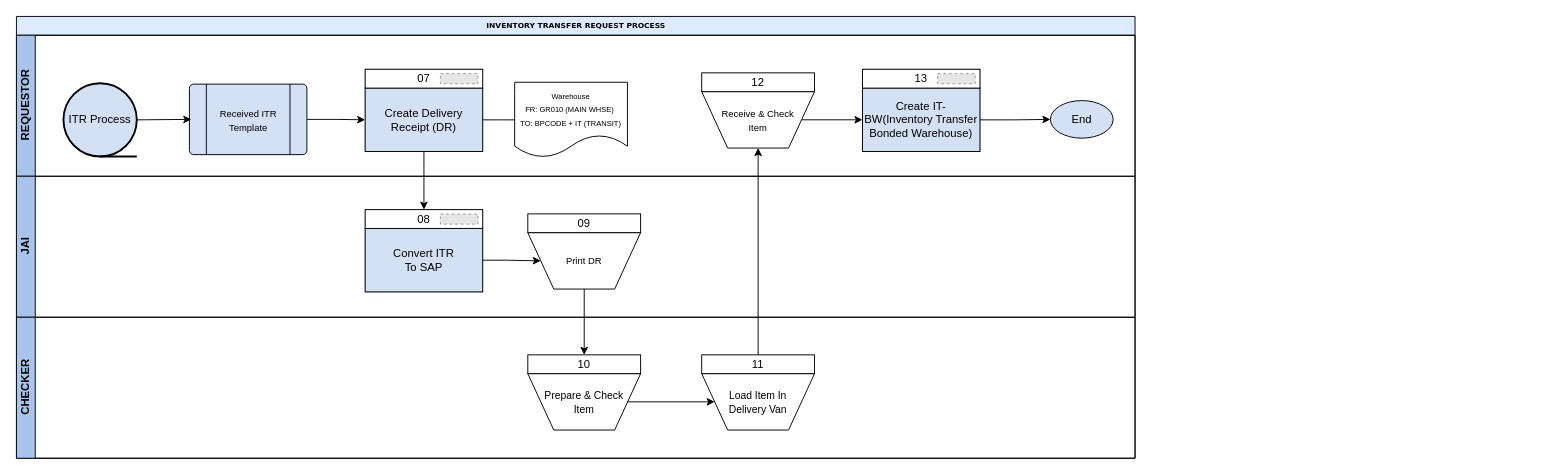
itsC0ffee/Goldrich-Repository keeps this draw.io diagram as page "new version ITR Process" (2 of 6) of Flowchart/Process Flow Inventory Transfer Request.drawio. Above is the earlier version. Source tidied: cells renumbered, new cells numbered last; positions are measured from the earlier drawing's top-left corner, leaving out a move shared by most shapes. Both pictures are drawn from the tidied source at 94%, with x=0, y=0 at pixel (16, 16). Pictures stored in the file or linked from it are replaced by grey dashed boxes.
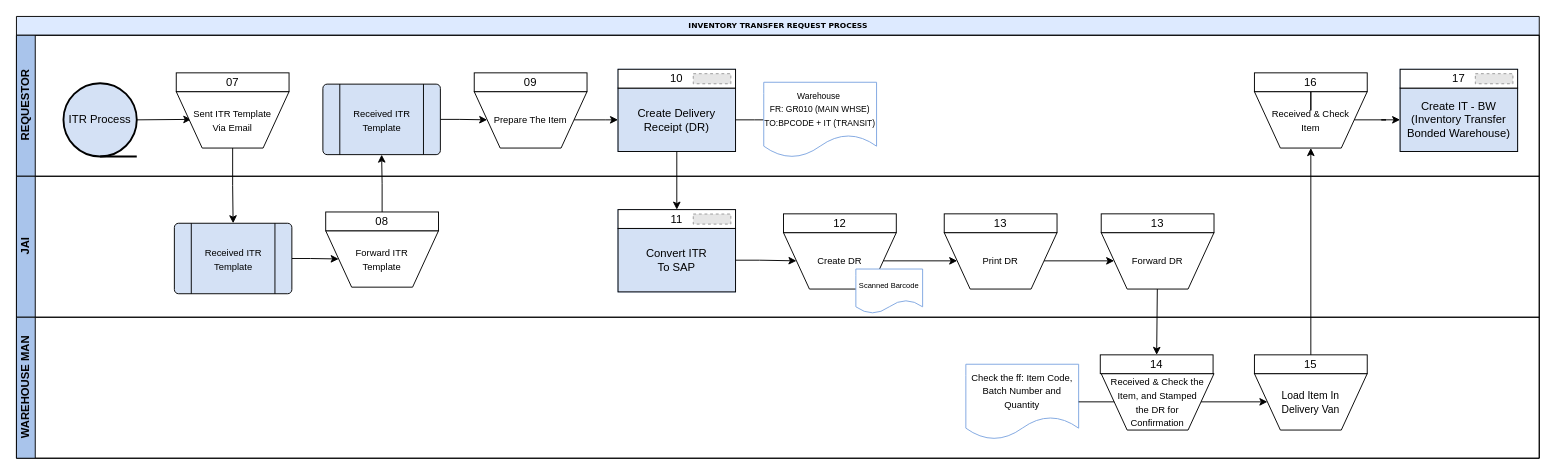
After the change.

Unchanged cells that the change refers to:
```xml
<mxCell id="16" value="Create Delivery Receipt (DR)" style="rounded=0;whiteSpace=wrap;html=1;fillColor=#D4E1F5;" parent="15" vertex="1">
  <mxGeometry y="20" width="125" height="67.5" as="geometry" />
</mxCell>
```

The edit, as a diff of the source:
```diff
@@
     <mxCell id="2" value="INVENTORY TRANSFER REQUEST PROCESS" style="swimlane;html=1;horizontal=1;startSize=20;rounded=0;shadow=0;labelBackgroundColor=none;strokeWidth=1;fontFamily=Verdana;fontSize=8;align=center;fillColor=#DDEAFF;" parent="1" vertex="1">
-      <mxGeometry width="1190" height="470" as="geometry" />
+      <mxGeometry width="1620" height="470" as="geometry" />
     </mxCell>
     <mxCell id="3" value="REQUESTOR" style="swimlane;html=1;startSize=20;horizontal=0;fillColor=#A9C4EB;strokeColor=#000000;" parent="2" vertex="1">
-      <mxGeometry y="20" width="1190" height="150" as="geometry" />
+      <mxGeometry y="20" width="1620" height="150" as="geometry" />
     </mxCell>
-    <mxCell id="4" style="edgeStyle=orthogonalEdgeStyle;rounded=0;jettySize=auto;html=1;entryX=0;entryY=0.5;entryDx=0;entryDy=0;" parent="3" edge="1" source="5" target="16">
-      <mxGeometry relative="1" as="geometry" />
-    </mxCell>
+    <mxCell id="52" style="edgeStyle=orthogonalEdgeStyle;rounded=0;jettySize=auto;html=1;" parent="3" edge="1" source="5" target="58">
+      <mxGeometry relative="1" as="geometry" />
+    </mxCell>
     <mxCell id="5" value="&lt;span style=&quot;font-size: 10px;&quot;&gt;Received ITR Template&lt;/span&gt;" style="verticalLabelPosition=middle;verticalAlign=middle;shape=process;rounded=1;size=0.14;arcSize=6;fillColor=#D4E1F5;whiteSpace=wrap;html=1;labelPosition=center;align=center;" parent="3" vertex="1">
-      <mxGeometry x="184" y="52" width="125" height="75" as="geometry" />
+      <mxGeometry x="326" y="52" width="125" height="75" as="geometry" />
     </mxCell>
@@
     <mxCell id="9" style="group;whiteSpace=wrap;html=1;" parent="3" vertex="1">
-      <mxGeometry x="729" y="30" width="120" height="90" as="geometry" />
+      <mxGeometry x="1317" y="30" width="120" height="90" as="geometry" />
     </mxCell>
-    <mxCell id="10" value="&lt;span style=&quot;font-size: 10px;&quot;&gt;Receive &amp;amp; Check&lt;/span&gt;&lt;div&gt;&lt;span style=&quot;font-size: 10px;&quot;&gt;Item&lt;/span&gt;&lt;/div&gt;" style="verticalLabelPosition=middle;verticalAlign=middle;html=1;shape=trapezoid;perimeter=trapezoidPerimeter;whiteSpace=wrap;size=0.23;arcSize=10;flipV=1;labelPosition=center;align=center;" parent="9" vertex="1">
+    <mxCell id="10" value="&lt;span style=&quot;font-size: 10px;&quot;&gt;Received &amp;amp; Check&lt;/span&gt;&lt;div&gt;&lt;span style=&quot;font-size: 10px;&quot;&gt;Item&lt;br&gt;&lt;/span&gt;&lt;/div&gt;" style="verticalLabelPosition=middle;verticalAlign=middle;html=1;shape=trapezoid;perimeter=trapezoidPerimeter;whiteSpace=wrap;size=0.23;arcSize=10;flipV=1;labelPosition=center;align=center;" parent="9" vertex="1">
       <mxGeometry y="30" width="120" height="60" as="geometry" />
     </mxCell>
+    <mxCell id="53" style="edgeStyle=orthogonalEdgeStyle;rounded=0;jettySize=auto;html=1;" parent="9" edge="1" source="11" target="10">
+      <mxGeometry relative="1" as="geometry" />
+    </mxCell>
-    <mxCell id="11" value="12" style="rounded=0;whiteSpace=wrap;html=1;" parent="9" vertex="1">
+    <mxCell id="11" value="16" style="rounded=0;whiteSpace=wrap;html=1;" parent="9" vertex="1">
       <mxGeometry y="10" width="120" height="20" as="geometry" />
     </mxCell>
@@
     <mxCell id="15" style="group;fillColor=#D4E1F5;strokeColor=#6c8ebf;" parent="3" vertex="1">
-      <mxGeometry x="371" y="36.2" width="125" height="87.5" as="geometry" />
+      <mxGeometry x="640" y="36.2" width="125" height="87.5" as="geometry" />
     </mxCell>
@@
-    <mxCell id="17" value="07" style="rounded=0;whiteSpace=wrap;html=1;" parent="15" vertex="1">
+    <mxCell id="17" value="10" style="rounded=0;whiteSpace=wrap;html=1;" parent="15" vertex="1">
       <mxGeometry width="125" height="20" as="geometry" />
     </mxCell>
@@
-    <mxCell id="19" value="&lt;font style=&quot;font-size: 8px;&quot;&gt;Warehouse&lt;/font&gt;&lt;div&gt;&lt;font style=&quot;font-size: 8px;&quot;&gt;FR: GR010 (MAIN WHSE)&amp;nbsp;&lt;/font&gt;&lt;div&gt;&lt;font style=&quot;font-size: 8px;&quot;&gt;TO: BPCODE + IT (TRANSIT)&lt;/font&gt;&lt;/div&gt;&lt;/div&gt;" style="shape=document;whiteSpace=wrap;html=1;boundedLbl=1;" parent="3" vertex="1">
-      <mxGeometry x="530" y="50" width="120" height="80" as="geometry" />
-    </mxCell>
-    <mxCell id="20" style="edgeStyle=orthogonalEdgeStyle;rounded=0;jettySize=auto;html=1;entryX=0;entryY=0.5;entryDx=0;entryDy=0;endArrow=none;endFill=0;" parent="3" edge="1" source="16" target="19">
+    <mxCell id="20" style="edgeStyle=orthogonalEdgeStyle;rounded=0;jettySize=auto;html=1;entryX=0;entryY=0.5;entryDx=0;entryDy=0;endArrow=none;endFill=0;" parent="3" edge="1" source="16" target="61">
       <mxGeometry relative="1" as="geometry" />
     </mxCell>
     <mxCell id="21" style="group;fillColor=#D4E1F5;strokeColor=#6c8ebf;" parent="3" vertex="1">
-      <mxGeometry x="900" y="36.2" width="125" height="87.5" as="geometry" />
+      <mxGeometry x="1472" y="36.2" width="125" height="87.5" as="geometry" />
     </mxCell>
-    <mxCell id="22" value="Create IT-BW(Inventory Transfer Bonded Warehouse)" style="rounded=0;whiteSpace=wrap;html=1;fillColor=#D4E1F5;" parent="21" vertex="1">
+    <mxCell id="22" value="Create IT - BW&lt;div&gt;(Inventory Transfer Bonded Warehouse)&lt;/div&gt;" style="rounded=0;whiteSpace=wrap;html=1;fillColor=#D4E1F5;" parent="21" vertex="1">
       <mxGeometry y="20" width="125" height="67.5" as="geometry" />
     </mxCell>
-    <mxCell id="23" value="13" style="rounded=0;whiteSpace=wrap;html=1;" parent="21" vertex="1">
+    <mxCell id="23" value="17" style="rounded=0;whiteSpace=wrap;html=1;" parent="21" vertex="1">
       <mxGeometry width="125" height="20" as="geometry" />
     </mxCell>
@@
-    <mxCell id="26" value="End" style="strokeWidth=1;html=1;shape=mxgraph.flowchart.start_1;whiteSpace=wrap;fillColor=#D4E1F5;" parent="3" vertex="1">
-      <mxGeometry x="1100" y="69.5" width="66.7" height="40" as="geometry" />
-    </mxCell>
-    <mxCell id="27" style="edgeStyle=orthogonalEdgeStyle;rounded=0;jettySize=auto;html=1;entryX=0;entryY=0.5;entryDx=0;entryDy=0;entryPerimeter=0;" parent="3" edge="1" source="22" target="26">
-      <mxGeometry relative="1" as="geometry" />
-    </mxCell>
+    <mxCell id="54" style="group;whiteSpace=wrap;html=1;" parent="3" vertex="1">
+      <mxGeometry x="170" y="30" width="120" height="90" as="geometry" />
+    </mxCell>
+    <mxCell id="55" value="&lt;span style=&quot;font-size: 10px;&quot;&gt;Sent ITR Template&lt;/span&gt;&lt;div&gt;&lt;span style=&quot;font-size: 10px;&quot;&gt;Via Email&lt;/span&gt;&lt;/div&gt;" style="verticalLabelPosition=middle;verticalAlign=middle;html=1;shape=trapezoid;perimeter=trapezoidPerimeter;whiteSpace=wrap;size=0.23;arcSize=10;flipV=1;labelPosition=center;align=center;" parent="54" vertex="1">
+      <mxGeometry y="30" width="120" height="60" as="geometry" />
+    </mxCell>
+    <mxCell id="56" value="07" style="rounded=0;whiteSpace=wrap;html=1;" parent="54" vertex="1">
+      <mxGeometry y="10" width="120" height="20" as="geometry" />
+    </mxCell>
+    <mxCell id="57" style="group;whiteSpace=wrap;html=1;" parent="3" vertex="1">
+      <mxGeometry x="487" y="30" width="120" height="90" as="geometry" />
+    </mxCell>
+    <mxCell id="58" value="&lt;span style=&quot;font-size: 10px;&quot;&gt;Prepare The Item&lt;/span&gt;" style="verticalLabelPosition=middle;verticalAlign=middle;html=1;shape=trapezoid;perimeter=trapezoidPerimeter;whiteSpace=wrap;size=0.23;arcSize=10;flipV=1;labelPosition=center;align=center;" parent="57" vertex="1">
+      <mxGeometry y="30" width="120" height="60" as="geometry" />
+    </mxCell>
+    <mxCell id="59" value="09" style="rounded=0;whiteSpace=wrap;html=1;" parent="57" vertex="1">
+      <mxGeometry y="10" width="120" height="20" as="geometry" />
+    </mxCell>
+    <mxCell id="60" style="edgeStyle=orthogonalEdgeStyle;rounded=0;jettySize=auto;html=1;" parent="3" edge="1" source="58" target="16">
+      <mxGeometry relative="1" as="geometry" />
+    </mxCell>
+    <mxCell id="61" value="&lt;font style=&quot;font-size: 9px;&quot;&gt;Warehouse&amp;nbsp;&lt;/font&gt;&lt;div&gt;&lt;font style=&quot;font-size: 9px;&quot;&gt;FR: GR010 (MAIN WHSE) TO:BPCODE + IT (TRANSIT)&lt;/font&gt;&lt;/div&gt;" style="shape=document;whiteSpace=wrap;html=1;boundedLbl=1;strokeColor=#7EA6E0;" parent="3" vertex="1">
+      <mxGeometry x="795" y="50" width="120" height="80" as="geometry" />
+    </mxCell>
     <mxCell id="28" value="JAI" style="swimlane;html=1;startSize=20;horizontal=0;fillColor=#A9C4EB;" parent="2" vertex="1">
-      <mxGeometry y="170" width="1190" height="150" as="geometry" />
+      <mxGeometry y="170" width="1620" height="150" as="geometry" />
     </mxCell>
@@
     <mxCell id="30" style="group;whiteSpace=wrap;html=1;" parent="28" vertex="1">
-      <mxGeometry x="544" y="30" width="120" height="90" as="geometry" />
+      <mxGeometry x="816" y="30" width="141" height="120" as="geometry" />
     </mxCell>
-    <mxCell id="31" value="&lt;span style=&quot;font-size: 10px;&quot;&gt;Print DR&lt;/span&gt;" style="verticalLabelPosition=middle;verticalAlign=middle;html=1;shape=trapezoid;perimeter=trapezoidPerimeter;whiteSpace=wrap;size=0.23;arcSize=10;flipV=1;labelPosition=center;align=center;" parent="30" vertex="1">
+    <mxCell id="31" value="&lt;span style=&quot;font-size: 10px;&quot;&gt;Create DR&lt;/span&gt;" style="verticalLabelPosition=middle;verticalAlign=middle;html=1;shape=trapezoid;perimeter=trapezoidPerimeter;whiteSpace=wrap;size=0.23;arcSize=10;flipV=1;labelPosition=center;align=center;" parent="30" vertex="1">
       <mxGeometry y="30" width="120" height="60" as="geometry" />
     </mxCell>
-    <mxCell id="32" value="09" style="rounded=0;whiteSpace=wrap;html=1;" parent="30" vertex="1">
+    <mxCell id="32" value="12" style="rounded=0;whiteSpace=wrap;html=1;" parent="30" vertex="1">
       <mxGeometry y="10" width="120" height="20" as="geometry" />
     </mxCell>
+    <mxCell id="62" value="&lt;span style=&quot;font-size: 8px;&quot;&gt;Scanned Barcode&lt;/span&gt;" style="shape=document;whiteSpace=wrap;html=1;boundedLbl=1;strokeColor=#7EA6E0;" parent="30" vertex="1">
+      <mxGeometry x="77" y="68.7" width="71" height="47.3" as="geometry" />
+    </mxCell>
     <mxCell id="33" style="group;fillColor=#D4E1F5;strokeColor=#6c8ebf;" parent="28" vertex="1">
-      <mxGeometry x="371" y="35.5" width="125" height="87.5" as="geometry" />
+      <mxGeometry x="640" y="35.5" width="125" height="87.5" as="geometry" />
     </mxCell>
@@
-    <mxCell id="35" value="08" style="rounded=0;whiteSpace=wrap;html=1;" parent="33" vertex="1">
+    <mxCell id="35" value="11" style="rounded=0;whiteSpace=wrap;html=1;" parent="33" vertex="1">
       <mxGeometry width="125" height="20" as="geometry" />
     </mxCell>
@@
+    <mxCell id="63" style="edgeStyle=orthogonalEdgeStyle;rounded=0;jettySize=auto;html=1;entryX=0;entryY=0.5;entryDx=0;entryDy=0;" parent="28" edge="1" source="64" target="66">
+      <mxGeometry relative="1" as="geometry" />
+    </mxCell>
+    <mxCell id="64" value="&lt;span style=&quot;font-size: 10px;&quot;&gt;Received ITR Template&lt;/span&gt;" style="verticalLabelPosition=middle;verticalAlign=middle;shape=process;rounded=1;size=0.14;arcSize=6;fillColor=#D4E1F5;whiteSpace=wrap;html=1;labelPosition=center;align=center;" parent="28" vertex="1">
+      <mxGeometry x="168" y="50" width="125" height="75" as="geometry" />
+    </mxCell>
+    <mxCell id="65" style="group;whiteSpace=wrap;html=1;" parent="28" vertex="1">
+      <mxGeometry x="329" y="28" width="120" height="90" as="geometry" />
+    </mxCell>
+    <mxCell id="66" value="&lt;span style=&quot;font-size: 10px;&quot;&gt;Forward ITR&lt;/span&gt;&lt;div&gt;&lt;span style=&quot;font-size: 10px;&quot;&gt;Template&lt;/span&gt;&lt;/div&gt;" style="verticalLabelPosition=middle;verticalAlign=middle;html=1;shape=trapezoid;perimeter=trapezoidPerimeter;whiteSpace=wrap;size=0.23;arcSize=10;flipV=1;labelPosition=center;align=center;" parent="65" vertex="1">
+      <mxGeometry y="30" width="120" height="60" as="geometry" />
+    </mxCell>
+    <mxCell id="67" value="08" style="rounded=0;whiteSpace=wrap;html=1;" parent="65" vertex="1">
+      <mxGeometry y="10" width="120" height="20" as="geometry" />
+    </mxCell>
+    <mxCell id="68" style="group;whiteSpace=wrap;html=1;" parent="28" vertex="1">
+      <mxGeometry x="987" y="30" width="120" height="90" as="geometry" />
+    </mxCell>
+    <mxCell id="69" value="&lt;span style=&quot;font-size: 10px;&quot;&gt;Print DR&lt;/span&gt;" style="verticalLabelPosition=middle;verticalAlign=middle;html=1;shape=trapezoid;perimeter=trapezoidPerimeter;whiteSpace=wrap;size=0.23;arcSize=10;flipV=1;labelPosition=center;align=center;" parent="68" vertex="1">
+      <mxGeometry y="30" width="120" height="60" as="geometry" />
+    </mxCell>
+    <mxCell id="70" value="13" style="rounded=0;whiteSpace=wrap;html=1;" parent="68" vertex="1">
+      <mxGeometry y="10" width="120" height="20" as="geometry" />
+    </mxCell>
+    <mxCell id="71" style="edgeStyle=orthogonalEdgeStyle;rounded=0;jettySize=auto;html=1;entryX=0;entryY=0.5;entryDx=0;entryDy=0;" parent="28" edge="1" source="31" target="69">
+      <mxGeometry relative="1" as="geometry" />
+    </mxCell>
+    <mxCell id="72" style="group;whiteSpace=wrap;html=1;" parent="28" vertex="1">
+      <mxGeometry x="1154" y="30" width="120" height="90" as="geometry" />
+    </mxCell>
+    <mxCell id="73" value="&lt;span style=&quot;font-size: 10px;&quot;&gt;Forward DR&lt;/span&gt;" style="verticalLabelPosition=middle;verticalAlign=middle;html=1;shape=trapezoid;perimeter=trapezoidPerimeter;whiteSpace=wrap;size=0.23;arcSize=10;flipV=1;labelPosition=center;align=center;" parent="72" vertex="1">
+      <mxGeometry y="30" width="120" height="60" as="geometry" />
+    </mxCell>
+    <mxCell id="74" value="13" style="rounded=0;whiteSpace=wrap;html=1;" parent="72" vertex="1">
+      <mxGeometry y="10" width="120" height="20" as="geometry" />
+    </mxCell>
+    <mxCell id="75" style="edgeStyle=none;rounded=0;jettySize=auto;html=1;entryX=0;entryY=0.5;entryDx=0;entryDy=0;" parent="28" edge="1" source="69" target="73">
+      <mxGeometry relative="1" as="geometry" />
+    </mxCell>
-    <mxCell id="38" value="CHECKER" style="swimlane;html=1;startSize=20;horizontal=0;fillColor=#A9C4EB;" parent="2" vertex="1">
-      <mxGeometry y="320" width="1190" height="150" as="geometry" />
+    <mxCell id="38" value="WAREHOUSE MAN" style="swimlane;html=1;startSize=20;horizontal=0;fillColor=#A9C4EB;" parent="2" vertex="1">
+      <mxGeometry y="320" width="1620" height="150" as="geometry" />
     </mxCell>
     <mxCell id="39" style="group;whiteSpace=wrap;html=1;" parent="38" vertex="1">
-      <mxGeometry x="544" y="30" width="120" height="90" as="geometry" />
+      <mxGeometry x="1153" y="30" width="120" height="90" as="geometry" />
     </mxCell>
-    <mxCell id="40" value="&lt;span style=&quot;font-size: 11px;&quot;&gt;Prepare &amp;amp; Check&lt;/span&gt;&lt;div&gt;&lt;span style=&quot;font-size: 11px;&quot;&gt;Item&lt;/span&gt;&lt;/div&gt;" style="verticalLabelPosition=middle;verticalAlign=middle;html=1;shape=trapezoid;perimeter=trapezoidPerimeter;whiteSpace=wrap;size=0.23;arcSize=10;flipV=1;labelPosition=center;align=center;" parent="39" vertex="1">
-      <mxGeometry y="30" width="120" height="60" as="geometry" />
+    <mxCell id="40" value="&lt;span style=&quot;font-size: 10px;&quot;&gt;Received &amp;amp; Check the Item, and Stamped&lt;/span&gt;&lt;div&gt;&lt;span style=&quot;font-size: 10px;&quot;&gt;the DR&amp;nbsp;&lt;/span&gt;&lt;span style=&quot;font-size: 10px; background-color: initial;&quot;&gt;for&lt;/span&gt;&lt;/div&gt;&lt;div&gt;&lt;span style=&quot;font-size: 10px; background-color: initial;&quot;&gt;Confirmation&lt;/span&gt;&lt;/div&gt;" style="verticalLabelPosition=middle;verticalAlign=middle;html=1;shape=trapezoid;perimeter=trapezoidPerimeter;whiteSpace=wrap;size=0.23;arcSize=10;flipV=1;labelPosition=center;align=center;" parent="39" vertex="1">
+      <mxGeometry x="1" y="30" width="120" height="60" as="geometry" />
     </mxCell>
-    <mxCell id="41" value="10" style="rounded=0;whiteSpace=wrap;html=1;" parent="39" vertex="1">
+    <mxCell id="41" value="14" style="rounded=0;whiteSpace=wrap;html=1;" parent="39" vertex="1">
       <mxGeometry y="10" width="120" height="20" as="geometry" />
     </mxCell>
     <mxCell id="42" style="group;whiteSpace=wrap;html=1;" parent="38" vertex="1">
-      <mxGeometry x="729" y="30" width="120" height="90" as="geometry" />
+      <mxGeometry x="1317" y="30" width="120" height="90" as="geometry" />
     </mxCell>
@@
-    <mxCell id="44" value="11" style="rounded=0;whiteSpace=wrap;html=1;" parent="42" vertex="1">
+    <mxCell id="44" value="15" style="rounded=0;whiteSpace=wrap;html=1;" parent="42" vertex="1">
       <mxGeometry y="10" width="120" height="20" as="geometry" />
     </mxCell>
@@
+    <mxCell id="76" value="&lt;font style=&quot;font-size: 10px;&quot;&gt;Check the ff: Item Code, Batch Number and Quantity&lt;/font&gt;" style="shape=document;whiteSpace=wrap;html=1;boundedLbl=1;strokeColor=#7EA6E0;" parent="38" vertex="1">
+      <mxGeometry x="1010" y="50" width="120" height="80" as="geometry" />
+    </mxCell>
+    <mxCell id="77" style="edgeStyle=none;rounded=0;jettySize=auto;html=1;endArrow=none;endFill=0;" parent="38" edge="1" source="40" target="76">
+      <mxGeometry relative="1" as="geometry" />
+    </mxCell>
@@
-    <mxCell id="47" style="edgeStyle=orthogonalEdgeStyle;rounded=0;jettySize=auto;html=1;entryX=0.5;entryY=0;entryDx=0;entryDy=0;exitX=0.5;exitY=1;exitDx=0;exitDy=0;" parent="2" edge="1" source="31" target="41">
-      <mxGeometry relative="1" as="geometry" />
-    </mxCell>
-    <mxCell id="48" style="edgeStyle=orthogonalEdgeStyle;rounded=0;jettySize=auto;html=1;entryX=0.5;entryY=0;entryDx=0;entryDy=0;" parent="2" edge="1" source="16" target="35">
+    <mxCell id="48" style="edgeStyle=orthogonalEdgeStyle;rounded=0;jettySize=auto;html=1;entryX=0.5;entryY=0;entryDx=0;entryDy=0;exitX=0.5;exitY=1;exitDx=0;exitDy=0;" parent="2" edge="1" source="16" target="35">
       <mxGeometry relative="1" as="geometry" />
     </mxCell>
@@
+    <mxCell id="78" style="edgeStyle=orthogonalEdgeStyle;rounded=0;jettySize=auto;html=1;entryX=0.5;entryY=0;entryDx=0;entryDy=0;" parent="2" edge="1" source="55" target="64">
+      <mxGeometry relative="1" as="geometry" />
+    </mxCell>
+    <mxCell id="79" style="edgeStyle=orthogonalEdgeStyle;rounded=0;jettySize=auto;html=1;exitX=0.5;exitY=0;exitDx=0;exitDy=0;entryX=0.5;entryY=1;entryDx=0;entryDy=0;" parent="2" edge="1" source="67" target="5">
+      <mxGeometry relative="1" as="geometry" />
+    </mxCell>
+    <mxCell id="80" style="edgeStyle=none;rounded=0;jettySize=auto;html=1;entryX=0.5;entryY=0;entryDx=0;entryDy=0;" parent="2" edge="1" source="73" target="41">
+      <mxGeometry relative="1" as="geometry" />
+    </mxCell>
```
